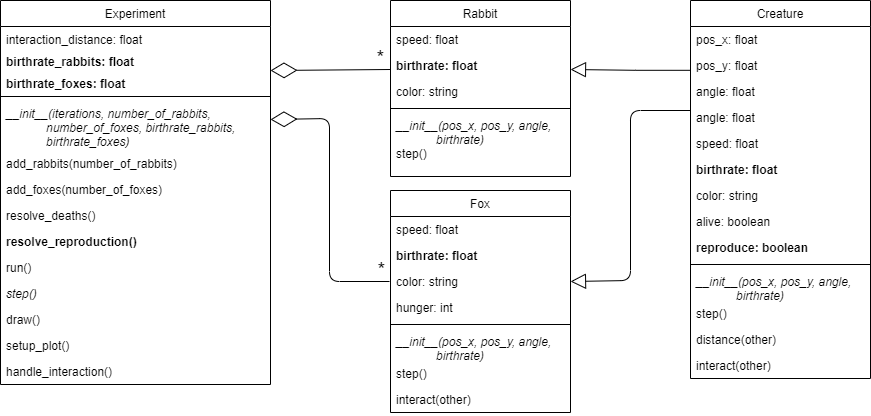
Earlier version of the draw.io export 80 phase8/oo-phase8.png (spcourse/populations-oo). Source tidied: cells renumbered, new cells last; positions are measured from the earlier drawing's top-left corner, leaving out a move shared by most shapes.
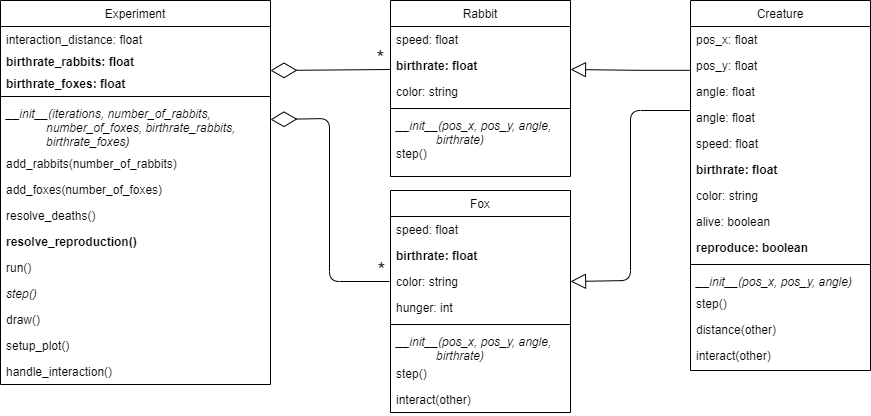
The same file after the commit.

Change to the diagram source:
```diff
@@ -122,7 +122,7 @@
       </mxGeometry>
     </mxCell>
     <mxCell id="37" value="Creature" style="swimlane;fontStyle=0;align=center;verticalAlign=top;horizontal=1;startSize=26;rounded=0;shadow=0;strokeWidth=1;" parent="1" vertex="1">
-      <mxGeometry x="690" width="180" height="378" as="geometry" />
+      <mxGeometry x="690" width="180" height="370" as="geometry" />
     </mxCell>
     <mxCell id="38" value="pos_x: float" style="text;align=left;verticalAlign=top;spacingLeft=4;spacingRight=4;overflow=hidden;" parent="37" vertex="1">
       <mxGeometry y="26" width="180" height="26" as="geometry" />
@@ -154,17 +154,17 @@
     <mxCell id="47" style="line;html=1;strokeWidth=1;align=left;verticalAlign=middle;spacingTop=-1;spacingLeft=3;spacingRight=3;labelPosition=right;" parent="37" vertex="1">
       <mxGeometry y="260" width="180" height="8" as="geometry" />
     </mxCell>
-    <mxCell id="48" value="__init__(pos_x, pos_y, angle,&#10;            birthrate)" style="text;align=left;verticalAlign=top;spacingLeft=4;spacingRight=4;overflow=hidden;fontStyle=2;" parent="37" vertex="1">
-      <mxGeometry y="268" width="180" height="32" as="geometry" />
+    <mxCell id="48" value="__init__(pos_x, pos_y, angle)" style="text;align=left;verticalAlign=top;spacingLeft=4;spacingRight=4;overflow=hidden;fontStyle=2;" parent="37" vertex="1">
+      <mxGeometry y="268" width="180" height="22" as="geometry" />
     </mxCell>
     <mxCell id="49" value="step()" style="text;align=left;verticalAlign=top;spacingLeft=4;spacingRight=4;overflow=hidden;fontStyle=0;" parent="37" vertex="1">
-      <mxGeometry y="300" width="180" height="26" as="geometry" />
+      <mxGeometry y="290" width="180" height="26" as="geometry" />
     </mxCell>
     <mxCell id="50" value="distance(other)" style="text;align=left;verticalAlign=top;spacingLeft=4;spacingRight=4;overflow=hidden;" parent="37" vertex="1">
-      <mxGeometry y="326" width="180" height="26" as="geometry" />
+      <mxGeometry y="316" width="180" height="26" as="geometry" />
     </mxCell>
     <mxCell id="51" value="interact(other)" style="text;align=left;verticalAlign=top;spacingLeft=4;spacingRight=4;overflow=hidden;fontStyle=0;" parent="37" vertex="1">
-      <mxGeometry y="352" width="180" height="26" as="geometry" />
+      <mxGeometry y="342" width="180" height="28" as="geometry" />
     </mxCell>
     <mxCell id="52" style="edgeStyle=orthogonalEdgeStyle;rounded=0;jettySize=auto;html=1;exitX=0.002;exitY=-0.315;exitDx=0;exitDy=0;fontSize=16;endArrow=block;endFill=0;startSize=6;endSize=13;exitPerimeter=0;" parent="1" edge="1" source="40">
       <mxGeometry relative="1" as="geometry">
```
